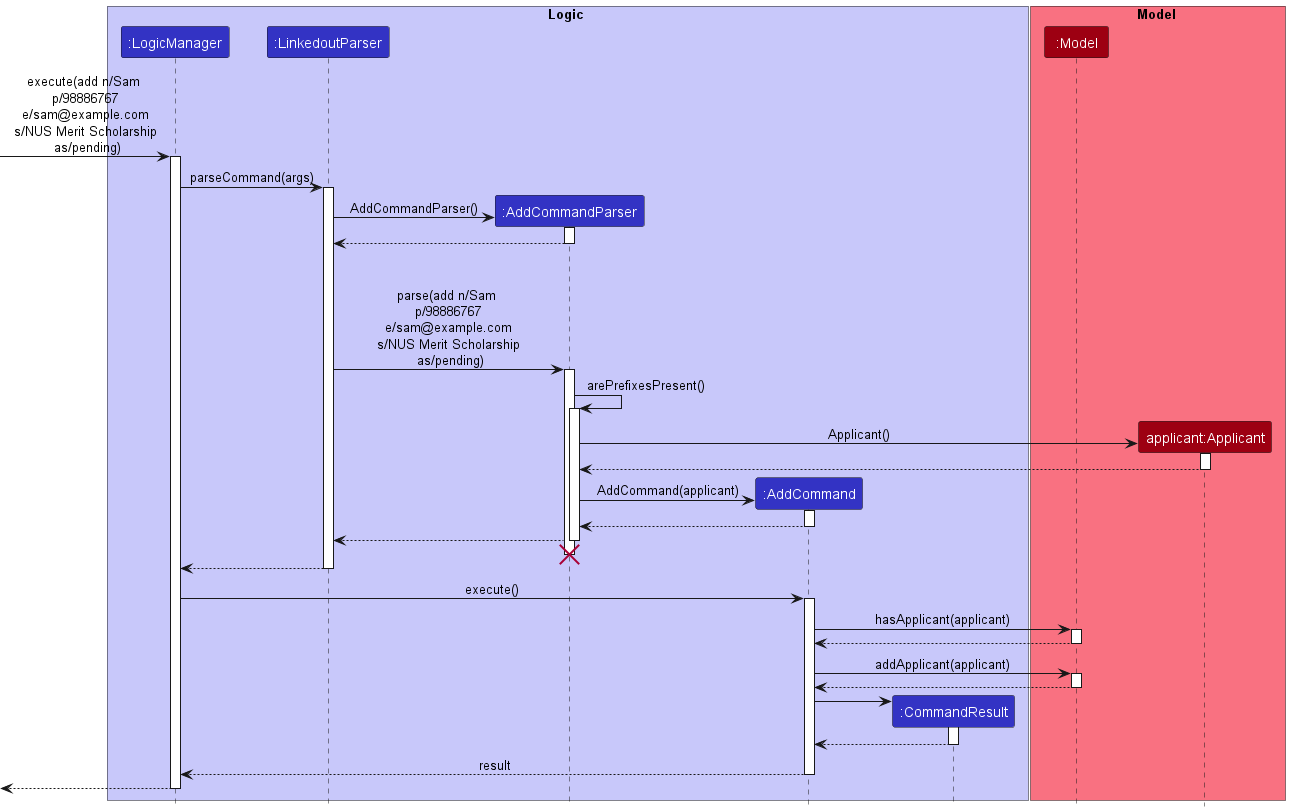
Before: docs/images/AddSequenceDiagram.png, a diagram exported from PlantUML (nus-cs2103-AY2223S1/tp). Its diagram source:
```plantuml
@startuml
!include style.puml


box Logic LOGIC_COLOR_T1
participant ":LogicManager" as LogicManager LOGIC_COLOR
participant ":LinkedoutParser" as LinkedoutParser LOGIC_COLOR
participant ":AddCommandParser" as AddCommandParser LOGIC_COLOR

participant ":AddCommand" as AddCommand LOGIC_COLOR
participant ":CommandResult" as CommandResult LOGIC_COLOR
end box

box Model MODEL_COLOR_T1
participant ":Model" as Model MODEL_COLOR
participant "applicant:Applicant" as Applicant MODEL_COLOR
end box

[-> LogicManager : execute(add n/Sam \n p/98886767 \n e/sam@example.com \n s/NUS Merit Scholarship \n as/pending)
activate LogicManager

LogicManager -> LinkedoutParser : parseCommand(args)
activate LinkedoutParser

create AddCommandParser
LinkedoutParser -> AddCommandParser : AddCommandParser()
activate AddCommandParser

AddCommandParser --> LinkedoutParser
deactivate AddCommandParser

AddCommandParser -[hidden]-> LinkedoutParser: BUFFER_MESSAGE

LinkedoutParser -> AddCommandParser : parse(add n/Sam \n p/98886767 \n e/sam@example.com \n s/NUS Merit Scholarship \n as/pending)
activate AddCommandParser


AddCommandParser -> AddCommandParser : arePrefixesPresent()
activate AddCommandParser


create Applicant
AddCommandParser -> Applicant : Applicant()
activate Applicant

Applicant --> AddCommandParser
deactivate Applicant

create AddCommand
AddCommandParser -> AddCommand : AddCommand(applicant)
activate AddCommand

AddCommand --> AddCommandParser
deactivate

AddCommandParser --> LinkedoutParser
deactivate
AddCommandParser -[hidden]-> LinkedoutParser
destroy AddCommandParser

LinkedoutParser --> LogicManager
deactivate LinkedoutParser

LogicManager -> AddCommand : execute()
activate AddCommand

AddCommand -> Model : hasApplicant(applicant)
activate Model

Model --> AddCommand
deactivate

AddCommand -> Model : addApplicant(applicant)
activate Model

Model --> AddCommand
deactivate

create CommandResult
AddCommand -> CommandResult
activate CommandResult

CommandResult --> AddCommand
deactivate CommandResult

AddCommand --> LogicManager : result
deactivate AddCommand

[<--LogicManager
deactivate LogicManager
@enduml
```
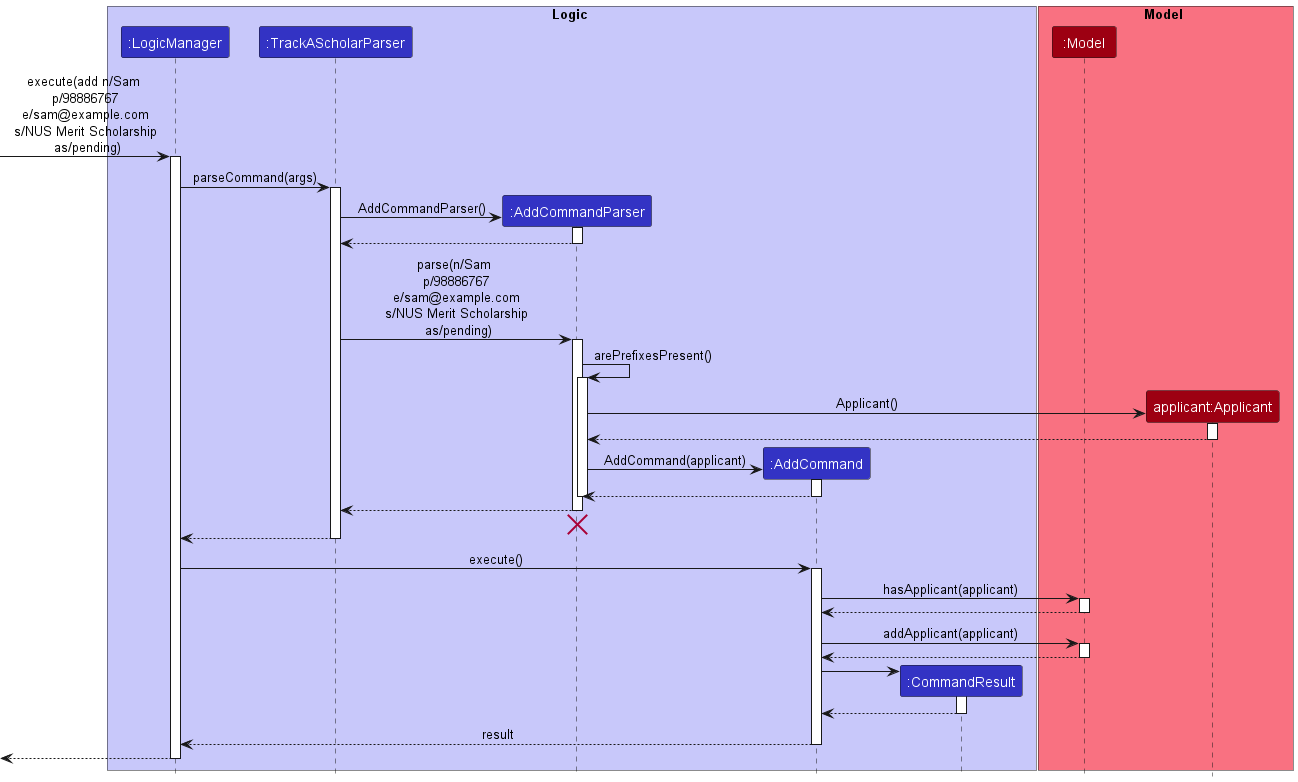
The same diagram one commit later.

The edit, as a diff of the source:
```diff
@@ -4,7 +4,7 @@
 
 box Logic LOGIC_COLOR_T1
 participant ":LogicManager" as LogicManager LOGIC_COLOR
-participant ":LinkedoutParser" as LinkedoutParser LOGIC_COLOR
+participant ":TrackAScholarParser" as TrackAScholarParser LOGIC_COLOR
 participant ":AddCommandParser" as AddCommandParser LOGIC_COLOR
 
 participant ":AddCommand" as AddCommand LOGIC_COLOR
@@ -19,19 +19,18 @@
 [-> LogicManager : execute(add n/Sam \n p/98886767 \n e/sam@example.com \n s/NUS Merit Scholarship \n as/pending)
 activate LogicManager
 
-LogicManager -> LinkedoutParser : parseCommand(args)
-activate LinkedoutParser
+LogicManager -> TrackAScholarParser : parseCommand(args)
+activate TrackAScholarParser
 
 create AddCommandParser
-LinkedoutParser -> AddCommandParser : AddCommandParser()
+TrackAScholarParser -> AddCommandParser : AddCommandParser()
 activate AddCommandParser
 
-AddCommandParser --> LinkedoutParser
+AddCommandParser --> TrackAScholarParser
 deactivate AddCommandParser
 
-AddCommandParser -[hidden]-> LinkedoutParser: BUFFER_MESSAGE
 
-LinkedoutParser -> AddCommandParser : parse(add n/Sam \n p/98886767 \n e/sam@example.com \n s/NUS Merit Scholarship \n as/pending)
+TrackAScholarParser -> AddCommandParser : parse(n/Sam \n p/98886767 \n e/sam@example.com \n s/NUS Merit Scholarship \n as/pending)
 activate AddCommandParser
 
 
@@ -51,15 +50,17 @@
 activate AddCommand
 
 AddCommand --> AddCommandParser
-deactivate
+deactivate AddCommand
+deactivate AddCommandParser
 
-AddCommandParser --> LinkedoutParser
-deactivate
-AddCommandParser -[hidden]-> LinkedoutParser
+AddCommandParser --> TrackAScholarParser
+deactivate AddCommandParser
+
+AddCommandParser -[hidden]-> TrackAScholarParser
 destroy AddCommandParser
 
-LinkedoutParser --> LogicManager
-deactivate LinkedoutParser
+TrackAScholarParser --> LogicManager
+deactivate TrackAScholarParser
 
 LogicManager -> AddCommand : execute()
 activate AddCommand
@@ -69,6 +70,7 @@
 
 Model --> AddCommand
 deactivate
+
 
 AddCommand -> Model : addApplicant(applicant)
 activate Model
```
